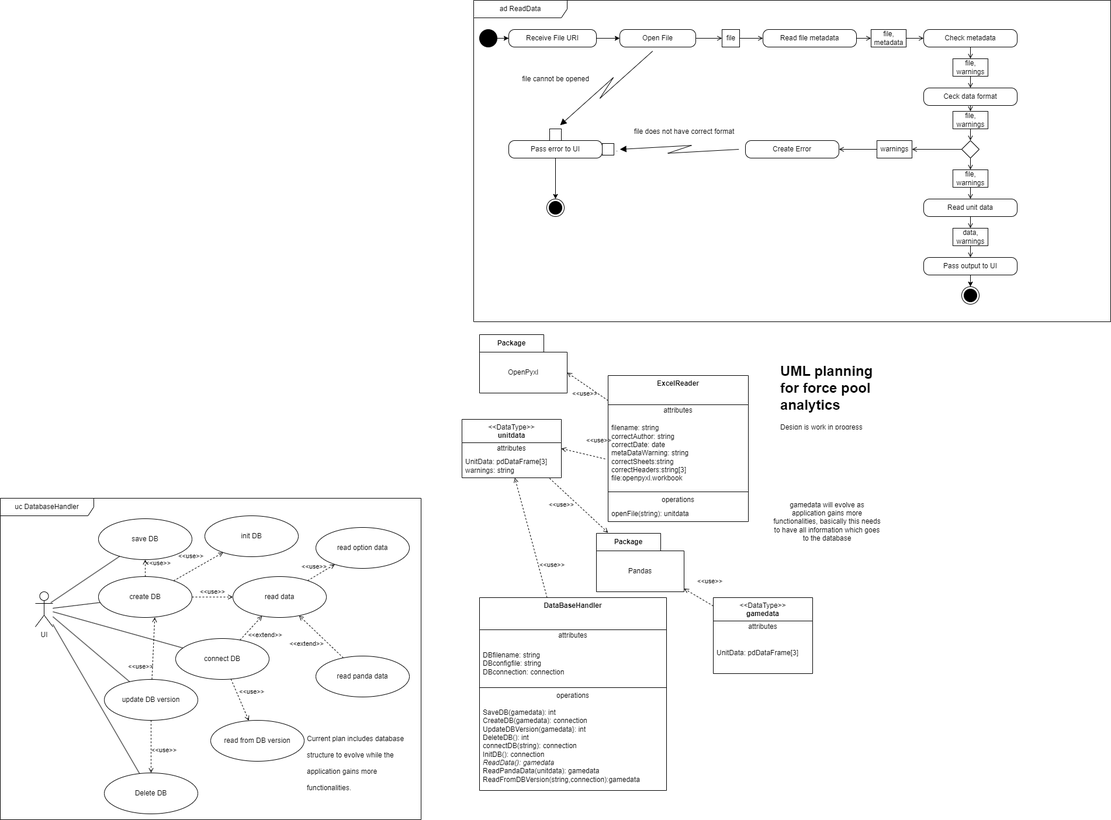
Before: design_documentation/forcepoolanalysis.drawio.png, a diagram exported from draw.io (teakfi/wif_helper). Source tidied: cells renumbered, new cells last; positions are measured from the earlier drawing's top-left corner, leaving out a move shared by most shapes.
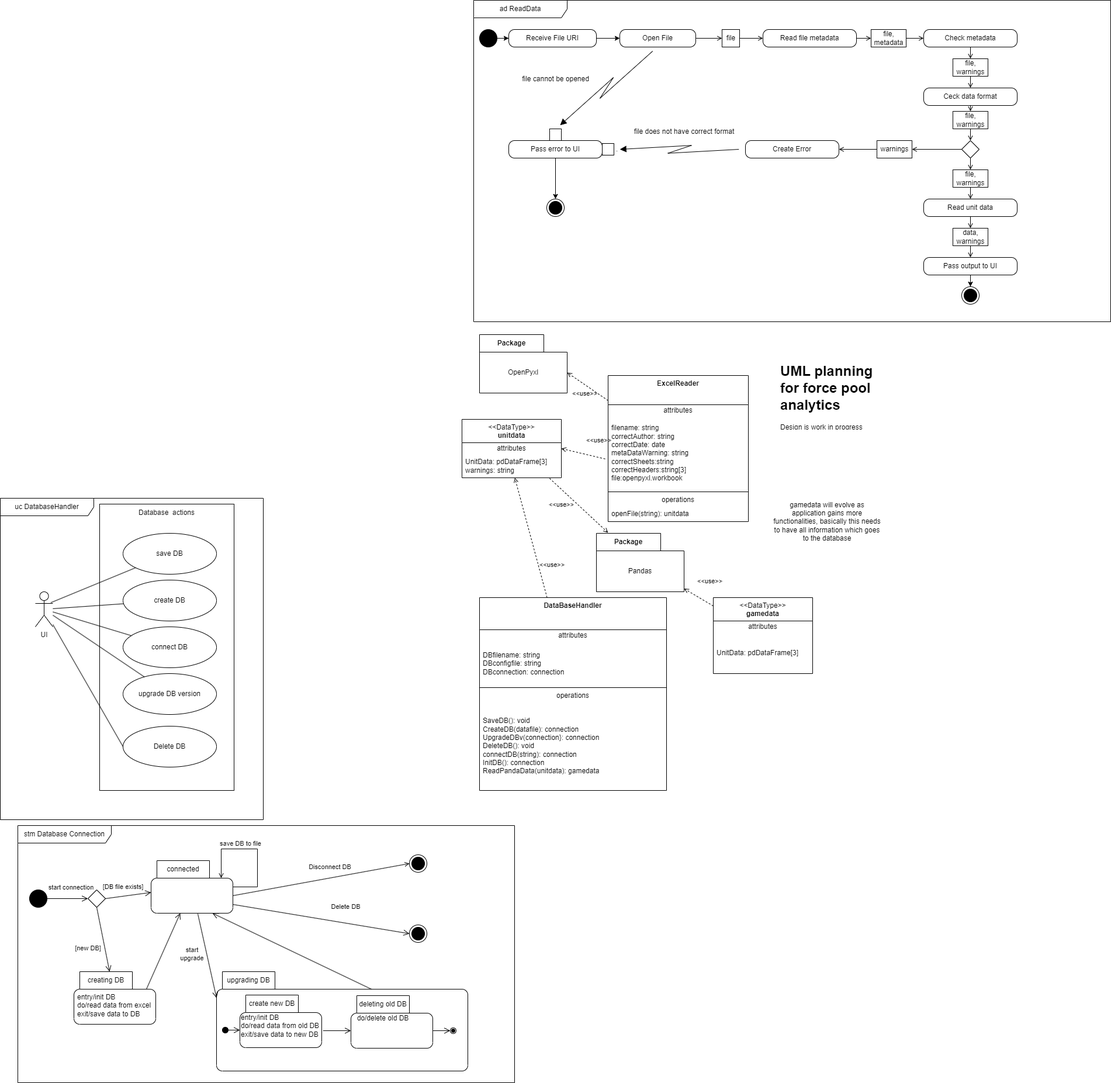
Later version of the same file.

Commit message:
database connection state machine

some other changes also done to the UML

Change to the diagram source:
```diff
@@ -199,62 +199,29 @@
       <mxGeometry x="-0.18" y="20" relative="1" as="geometry" />
     </mxCell>
     <mxCell id="66" value="uc DatabaseHandler" style="shape=umlFrame;whiteSpace=wrap;html=1;width=160;" parent="1" vertex="1">
-      <mxGeometry y="852" width="720" height="550" as="geometry" />
+      <mxGeometry y="852" width="450" height="550" as="geometry" />
     </mxCell>
+    <mxCell id="106" style="rounded=0;whiteSpace=wrap;html=1;" parent="66" vertex="1">
+      <mxGeometry x="170" y="10" width="230" height="490" as="geometry" />
+    </mxCell>
     <mxCell id="67" value="UI" style="shape=umlActor;verticalLabelPosition=bottom;verticalAlign=top;html=1;" parent="66" vertex="1">
       <mxGeometry x="60" y="160" width="30" height="60" as="geometry" />
     </mxCell>
     <mxCell id="68" value="save DB" style="ellipse;html=1;whiteSpace=wrap;" parent="66" vertex="1">
-      <mxGeometry x="168" y="35" width="160" height="70" as="geometry" />
+      <mxGeometry x="210" y="60" width="160" height="70" as="geometry" />
     </mxCell>
     <mxCell id="69" value="create DB" style="ellipse;html=1;whiteSpace=wrap;" parent="66" vertex="1">
-      <mxGeometry x="168" y="134" width="160" height="70" as="geometry" />
+      <mxGeometry x="210" y="140" width="160" height="70" as="geometry" />
     </mxCell>
-    <mxCell id="70" value="init DB" style="ellipse;html=1;whiteSpace=wrap;" parent="66" vertex="1">
-      <mxGeometry x="350" y="30" width="160" height="70" as="geometry" />
-    </mxCell>
     <mxCell id="71" value="connect DB" style="ellipse;html=1;whiteSpace=wrap;" parent="66" vertex="1">
-      <mxGeometry x="300" y="240" width="160" height="70" as="geometry" />
+      <mxGeometry x="210" y="220" width="160" height="70" as="geometry" />
     </mxCell>
-    <mxCell id="72" value="update DB version" style="ellipse;html=1;whiteSpace=wrap;" parent="66" vertex="1">
-      <mxGeometry x="178" y="310" width="160" height="70" as="geometry" />
+    <mxCell id="72" value="upgrade DB version" style="ellipse;html=1;whiteSpace=wrap;" parent="66" vertex="1">
+      <mxGeometry x="210" y="300" width="160" height="70" as="geometry" />
     </mxCell>
     <mxCell id="73" value="Delete DB" style="ellipse;html=1;whiteSpace=wrap;" parent="66" vertex="1">
-      <mxGeometry x="178" y="470" width="160" height="70" as="geometry" />
+      <mxGeometry x="210" y="390" width="160" height="70" as="geometry" />
     </mxCell>
-    <mxCell id="74" value="read data" style="ellipse;html=1;whiteSpace=wrap;" parent="66" vertex="1">
-      <mxGeometry x="398" y="134" width="160" height="70" as="geometry" />
-    </mxCell>
-    <mxCell id="75" value="read panda data" style="ellipse;html=1;whiteSpace=wrap;" parent="66" vertex="1">
-      <mxGeometry x="540" y="270" width="160" height="70" as="geometry" />
-    </mxCell>
-    <mxCell id="76" value="read from DB version" style="ellipse;html=1;whiteSpace=wrap;" parent="66" vertex="1">
-      <mxGeometry x="360" y="380" width="160" height="70" as="geometry" />
-    </mxCell>
-    <mxCell id="77" value="&amp;lt;&amp;lt;extend&amp;gt;&amp;gt;" style="html=1;verticalAlign=bottom;labelBackgroundColor=none;endArrow=open;endFill=0;dashed=1;rounded=0;" parent="66" edge="1" source="75" target="74">
-      <mxGeometry x="0.07" y="33" relative="1" as="geometry" />
-    </mxCell>
-    <mxCell id="78" value="&amp;lt;&amp;lt;extend&amp;gt;&amp;gt;" style="html=1;verticalAlign=bottom;labelBackgroundColor=none;endArrow=open;endFill=0;dashed=1;rounded=0;" parent="66" edge="1" source="71" target="74">
-      <mxGeometry x="0.03" y="-32" relative="1" as="geometry" />
-    </mxCell>
-    <mxCell id="79" value="&amp;lt;&amp;lt;use&amp;gt;&amp;gt;" style="html=1;verticalAlign=bottom;labelBackgroundColor=none;endArrow=open;endFill=0;dashed=1;rounded=0;" parent="66" edge="1" source="69" target="70">
-      <mxGeometry x="-0.13" y="14" relative="1" as="geometry" />
-    </mxCell>
-    <mxCell id="80" value="&amp;lt;&amp;lt;use&amp;gt;&amp;gt;" style="html=1;verticalAlign=bottom;labelBackgroundColor=none;endArrow=open;endFill=0;dashed=1;rounded=0;" parent="66" edge="1" source="69" target="68">
-      <mxGeometry x="-0.03" y="-22" relative="1" as="geometry" />
-    </mxCell>
-    <mxCell id="81" value="&amp;lt;&amp;lt;use&amp;gt;&amp;gt;" style="html=1;verticalAlign=bottom;labelBackgroundColor=none;endArrow=open;endFill=0;dashed=1;rounded=0;" parent="66" edge="1" source="69" target="74">
-      <mxGeometry relative="1" as="geometry" />
-    </mxCell>
-    <mxCell id="82" value="&amp;lt;&amp;lt;use&amp;gt;&amp;gt;" style="html=1;verticalAlign=bottom;labelBackgroundColor=none;endArrow=open;endFill=0;dashed=1;rounded=0;entryX=0.602;entryY=0.996;entryDx=0;entryDy=0;entryPerimeter=0;" parent="66" edge="1" source="72" target="69">
-      <mxGeometry x="-0.77" y="20" relative="1" as="geometry" />
-    </mxCell>
-    <mxCell id="83" value="&amp;lt;&amp;lt;use&amp;gt;&amp;gt;" style="html=1;verticalAlign=bottom;labelBackgroundColor=none;endArrow=open;endFill=0;dashed=1;rounded=0;" parent="66" edge="1" source="72" target="73">
-      <mxGeometry x="0.33" y="22" relative="1" as="geometry" />
-    </mxCell>
-    <mxCell id="84" value="&amp;lt;&amp;lt;use&amp;gt;&amp;gt;" style="html=1;verticalAlign=bottom;labelBackgroundColor=none;endArrow=open;endFill=0;dashed=1;rounded=0;" parent="66" edge="1" source="71" target="76">
-      <mxGeometry x="0.08" y="20" relative="1" as="geometry" />
-    </mxCell>
     <mxCell id="85" style="endArrow=none;html=1;rounded=0;exitX=0.886;exitY=0.31;exitDx=0;exitDy=0;exitPerimeter=0;" parent="66" edge="1" source="67" target="68">
       <mxGeometry relative="1" as="geometry" />
     </mxCell>
@@ -267,18 +234,12 @@
     <mxCell id="88" style="endArrow=none;html=1;rounded=0;" parent="66" edge="1" source="67" target="72">
       <mxGeometry relative="1" as="geometry" />
     </mxCell>
-    <mxCell id="89" style="endArrow=none;html=1;rounded=0;" parent="66" edge="1" source="67" target="73">
+    <mxCell id="89" style="endArrow=none;html=1;rounded=0;entryX=0;entryY=0.5;entryDx=0;entryDy=0;" parent="66" edge="1" source="67" target="73">
       <mxGeometry relative="1" as="geometry" />
     </mxCell>
-    <mxCell id="90" value="&lt;h1 style=&quot;line-height: 100%;&quot;&gt;&lt;span style=&quot;font-size: 12px; font-weight: 400;&quot;&gt;Current plan includes database structure to evolve while the application gains more functionalities.&lt;/span&gt;&lt;/h1&gt;" style="text;html=1;strokeColor=none;fillColor=none;spacing=5;spacingTop=-20;whiteSpace=wrap;overflow=hidden;rounded=0;" parent="66" vertex="1">
-      <mxGeometry x="520" y="390" width="190" height="120" as="geometry" />
-    </mxCell>
-    <mxCell id="91" value="read option data" style="ellipse;html=1;whiteSpace=wrap;" parent="66" vertex="1">
-      <mxGeometry x="540" y="50" width="160" height="70" as="geometry" />
-    </mxCell>
-    <mxCell id="92" value="&amp;lt;&amp;lt;use&amp;gt;&amp;gt;" style="html=1;verticalAlign=bottom;labelBackgroundColor=none;endArrow=open;endFill=0;dashed=1;rounded=0;" parent="66" edge="1" source="74" target="91">
-      <mxGeometry x="-0.36" y="7" relative="1" as="geometry" />
-    </mxCell>
+    <mxCell id="107" value="Database&amp;nbsp; actions" style="text;html=1;strokeColor=none;fillColor=none;align=center;verticalAlign=middle;whiteSpace=wrap;rounded=0;" parent="66" vertex="1">
+      <mxGeometry x="180" y="10" width="210" height="30" as="geometry" />
+    </mxCell>
     <mxCell id="93" value="&lt;b&gt;DataBaseHandler&lt;/b&gt;" style="swimlane;fontStyle=0;align=center;verticalAlign=top;horizontal=1;startSize=55;html=1;whiteSpace=wrap;" parent="1" vertex="1">
       <mxGeometry x="820" y="1022" width="320" height="330" as="geometry" />
     </mxCell>
@@ -294,7 +255,7 @@
     <mxCell id="97" value="operations" style="text;html=1;strokeColor=none;fillColor=none;align=center;verticalAlign=middle;spacingLeft=4;spacingRight=4;overflow=hidden;whiteSpace=wrap;" parent="93" vertex="1">
       <mxGeometry y="158" width="320" height="20" as="geometry" />
     </mxCell>
-    <mxCell id="98" value="SaveDB(gamedata): int&lt;br&gt;CreateDB(gamedata): connection&lt;br&gt;UpdateDBVersion(gamedata}: int&lt;br&gt;DeleteDB(): int&lt;br&gt;connectDB(string): connection&lt;br&gt;InitDB(): connection&lt;br&gt;&lt;i&gt;ReadData(): gamedata&lt;br&gt;&lt;/i&gt;ReadPandaData(unitdata): gamedata&lt;br&gt;ReadFromDBVersion(string,connection):gamedata" style="text;html=1;strokeColor=none;fillColor=none;align=left;verticalAlign=middle;spacingLeft=4;spacingRight=4;overflow=hidden;whiteSpace=wrap;" parent="93" vertex="1">
+    <mxCell id="98" value="SaveDB(): void&lt;br&gt;CreateDB(datafile): connection&lt;br&gt;UpgradeDBv(connection}: connection&lt;br&gt;DeleteDB(): void&lt;br&gt;connectDB(string): connection&lt;br&gt;InitDB(): connection&lt;br&gt;ReadPandaData(unitdata): gamedata&lt;br&gt;" style="text;html=1;strokeColor=none;fillColor=none;align=left;verticalAlign=middle;spacingLeft=4;spacingRight=4;overflow=hidden;whiteSpace=wrap;" parent="93" vertex="1">
       <mxGeometry y="178" width="320" height="152" as="geometry" />
     </mxCell>
     <mxCell id="99" value="&amp;lt;&amp;lt;use&amp;gt;&amp;gt;" style="endArrow=open;html=1;rounded=0;align=center;verticalAlign=bottom;dashed=1;endFill=0;labelBackgroundColor=none;" parent="1" edge="1" source="93" target="15">
@@ -318,5 +279,129 @@
     <mxCell id="105" value="gamedata will evolve as application gains more functionalities, basically this needs to have all information which goes to the database" style="text;html=1;strokeColor=none;fillColor=none;align=center;verticalAlign=middle;whiteSpace=wrap;rounded=0;" parent="1" vertex="1">
       <mxGeometry x="1320" y="792" width="190" height="200" as="geometry" />
     </mxCell>
+    <mxCell id="108" value="stm Database Connection" style="shape=umlFrame;whiteSpace=wrap;html=1;width=160;" parent="1" vertex="1">
+      <mxGeometry x="30" y="1412" width="850" height="440" as="geometry" />
+    </mxCell>
+    <mxCell id="109" style="ellipse;fillColor=strokeColor;html=1;" parent="108" vertex="1">
+      <mxGeometry x="20" y="110" width="30" height="30" as="geometry" />
+    </mxCell>
+    <mxCell id="110" value="connected" style="shape=folder;align=center;verticalAlign=middle;fontStyle=0;tabWidth=100;tabHeight=30;tabPosition=left;html=1;boundedLbl=1;labelInHeader=1;rounded=1;absoluteArcSize=1;arcSize=10;whiteSpace=wrap;" parent="108" vertex="1">
+      <mxGeometry x="228" y="60" width="140" height="90" as="geometry" />
+    </mxCell>
+    <mxCell id="111" value="creating DB" style="shape=folder;align=center;verticalAlign=middle;fontStyle=0;tabWidth=100;tabHeight=30;tabPosition=left;html=1;boundedLbl=1;labelInHeader=1;rounded=1;absoluteArcSize=1;arcSize=10;whiteSpace=wrap;" parent="108" vertex="1">
+      <mxGeometry x="96" y="250" width="140" height="90" as="geometry" />
+    </mxCell>
+    <mxCell id="112" style="ellipse;html=1;shape=endState;fillColor=strokeColor;" parent="108" vertex="1">
+      <mxGeometry x="670" y="170" width="30" height="30" as="geometry" />
+    </mxCell>
+    <mxCell id="113" value="upgrading DB" style="shape=folder;align=center;verticalAlign=middle;fontStyle=0;tabWidth=100;tabHeight=30;tabPosition=left;html=1;boundedLbl=1;labelInHeader=1;rounded=1;absoluteArcSize=1;arcSize=10;whiteSpace=wrap;" parent="108" vertex="1">
+      <mxGeometry x="340" y="250" width="430" height="170" as="geometry" />
+    </mxCell>
+    <mxCell id="114" style="ellipse;html=1;shape=endState;fillColor=strokeColor;" parent="108" vertex="1">
+      <mxGeometry x="670" y="50" width="30" height="30" as="geometry" />
+    </mxCell>
+    <mxCell id="115" style="html=1;verticalAlign=bottom;labelBackgroundColor=none;endArrow=open;endFill=0;rounded=0;entryX=0;entryY=0.5;entryDx=0;entryDy=0;exitX=0;exitY=0;exitDx=140;exitDy=60;exitPerimeter=0;" parent="108" edge="1" source="110" target="114">
+      <mxGeometry relative="1" as="geometry" />
+    </mxCell>
+    <mxCell id="116" value="Disconnect DB" style="edgeLabel;html=1;align=center;verticalAlign=middle;" parent="115" vertex="1">
+      <mxGeometry x="-0.03" y="-3" relative="1" as="geometry">
+        <mxPoint x="19" y="-26" as="offset" />
+      </mxGeometry>
+    </mxCell>
+    <mxCell id="117" style="rhombus;" parent="108" vertex="1">
+      <mxGeometry x="120" y="110" width="30" height="30" as="geometry" />
+    </mxCell>
+    <mxCell id="118" style="endArrow=open;startArrow=none;endFill=0;startFill=0;endSize=8;html=1;verticalAlign=bottom;labelBackgroundColor=none;strokeWidth=1;rounded=0;entryX=0;entryY=0.5;entryDx=0;entryDy=0;exitX=0;exitY=0;exitDx=140;exitDy=75;exitPerimeter=0;" parent="108" edge="1" source="110" target="112">
+      <mxGeometry relative="1" as="geometry" />
+    </mxCell>
+    <mxCell id="119" value="Delete DB" style="edgeLabel;html=1;align=center;verticalAlign=middle;" parent="118" vertex="1">
+      <mxGeometry x="-0.18" y="1" relative="1" as="geometry">
+        <mxPoint x="69" y="-16" as="offset" />
+      </mxGeometry>
+    </mxCell>
+    <mxCell id="120" style="endArrow=open;startArrow=none;endFill=0;startFill=0;endSize=8;html=1;verticalAlign=bottom;labelBackgroundColor=none;strokeWidth=1;rounded=0;exitX=1;exitY=0.5;exitDx=0;exitDy=0;entryX=0;entryY=0.5;entryDx=0;entryDy=0;" parent="108" edge="1" source="109" target="117">
+      <mxGeometry relative="1" as="geometry" />
+    </mxCell>
+    <mxCell id="121" value="start connection" style="edgeLabel;html=1;align=center;verticalAlign=middle;" parent="120" vertex="1">
+      <mxGeometry x="-0.2" y="3" relative="1" as="geometry">
+        <mxPoint x="12" y="-17" as="offset" />
+      </mxGeometry>
+    </mxCell>
+    <mxCell id="122" style="endArrow=open;startArrow=none;endFill=0;startFill=0;endSize=8;html=1;verticalAlign=bottom;labelBackgroundColor=none;strokeWidth=1;rounded=0;exitX=1;exitY=0.5;exitDx=0;exitDy=0;" parent="108" edge="1" source="117" target="110">
+      <mxGeometry relative="1" as="geometry" />
+    </mxCell>
+    <mxCell id="123" value="[DB file exists]" style="edgeLabel;html=1;align=center;verticalAlign=middle;" parent="122" vertex="1">
+      <mxGeometry x="-0.23" y="-1" relative="1" as="geometry">
+        <mxPoint y="-17" as="offset" />
+      </mxGeometry>
+    </mxCell>
+    <mxCell id="124" style="endArrow=open;startArrow=none;endFill=0;startFill=0;endSize=8;html=1;verticalAlign=bottom;labelBackgroundColor=none;strokeWidth=1;rounded=0;exitX=0.5;exitY=1;exitDx=0;exitDy=0;" parent="108" edge="1" source="117" target="111">
+      <mxGeometry relative="1" as="geometry" />
+    </mxCell>
+    <mxCell id="125" value="[new DB]" style="edgeLabel;html=1;align=center;verticalAlign=middle;" parent="124" vertex="1">
+      <mxGeometry x="-0.1" y="2" relative="1" as="geometry">
+        <mxPoint x="-27" y="21" as="offset" />
+      </mxGeometry>
+    </mxCell>
+    <mxCell id="126" style="endArrow=open;startArrow=none;endFill=0;startFill=0;endSize=8;html=1;verticalAlign=bottom;labelBackgroundColor=none;strokeWidth=1;rounded=0;" parent="108" edge="1" target="110">
+      <mxGeometry relative="1" as="geometry">
+        <mxPoint x="220" y="280" as="sourcePoint" />
+      </mxGeometry>
+    </mxCell>
+    <mxCell id="127" style="endArrow=open;startArrow=none;endFill=0;startFill=0;endSize=8;html=1;verticalAlign=bottom;labelBackgroundColor=none;strokeWidth=1;rounded=0;exitX=0.571;exitY=1.011;exitDx=0;exitDy=0;exitPerimeter=0;entryX=0;entryY=0;entryDx=0;entryDy=45;entryPerimeter=0;" parent="108" edge="1" source="110" target="113">
+      <mxGeometry relative="1" as="geometry" />
+    </mxCell>
+    <mxCell id="128" value="start &lt;br&gt;upgrade" style="edgeLabel;html=1;align=center;verticalAlign=middle;" parent="127" vertex="1">
+      <mxGeometry x="-0.13" y="-1" relative="1" as="geometry">
+        <mxPoint x="-23" y="6" as="offset" />
+      </mxGeometry>
+    </mxCell>
+    <mxCell id="129" style="endArrow=open;startArrow=none;endFill=0;startFill=0;endSize=8;html=1;verticalAlign=bottom;labelBackgroundColor=none;strokeWidth=1;rounded=0;entryX=0.75;entryY=1;entryDx=0;entryDy=0;entryPerimeter=0;exitX=0;exitY=0;exitDx=265;exitDy=30;exitPerimeter=0;" parent="108" edge="1" source="113" target="110">
+      <mxGeometry relative="1" as="geometry" />
+    </mxCell>
+    <mxCell id="130" value="entry/init DB&lt;br&gt;do/read data from excel&lt;br&gt;exit/save data to DB" style="text;html=1;strokeColor=none;fillColor=none;align=left;verticalAlign=top;whiteSpace=wrap;rounded=0;" parent="108" vertex="1">
+      <mxGeometry x="100" y="280" width="140" height="60" as="geometry" />
+    </mxCell>
+    <mxCell id="131" value="create new DB" style="shape=folder;align=center;verticalAlign=middle;fontStyle=0;tabWidth=100;tabHeight=30;tabPosition=left;html=1;boundedLbl=1;labelInHeader=1;rounded=1;absoluteArcSize=1;arcSize=10;whiteSpace=wrap;" parent="108" vertex="1">
+      <mxGeometry x="380" y="290" width="140" height="90" as="geometry" />
+    </mxCell>
+    <mxCell id="132" style="ellipse;fillColor=strokeColor;html=1;" parent="108" vertex="1">
+      <mxGeometry x="350" y="345" width="10" height="10" as="geometry" />
+    </mxCell>
+    <mxCell id="133" style="endArrow=open;startArrow=none;endFill=0;startFill=0;endSize=8;html=1;verticalAlign=bottom;labelBackgroundColor=none;strokeWidth=1;rounded=0;entryX=0;entryY=0;entryDx=0;entryDy=60;entryPerimeter=0;" parent="108" edge="1" source="132" target="131">
+      <mxGeometry relative="1" as="geometry" />
+    </mxCell>
+    <mxCell id="134" value="entry/init DB&lt;br&gt;do/read data from old DB&lt;br&gt;exit/save data to new DB" style="text;html=1;strokeColor=none;fillColor=none;align=left;verticalAlign=top;whiteSpace=wrap;rounded=0;" parent="108" vertex="1">
+      <mxGeometry x="380" y="315" width="140" height="65" as="geometry" />
+    </mxCell>
+    <mxCell id="135" value="deleting old DB" style="shape=folder;align=center;verticalAlign=middle;fontStyle=0;tabWidth=100;tabHeight=30;tabPosition=left;html=1;boundedLbl=1;labelInHeader=1;rounded=1;absoluteArcSize=1;arcSize=10;whiteSpace=wrap;" parent="108" vertex="1">
+      <mxGeometry x="570" y="291" width="140" height="90" as="geometry" />
+    </mxCell>
+    <mxCell id="136" value="do/delete old DB" style="text;html=1;strokeColor=none;fillColor=none;align=center;verticalAlign=middle;whiteSpace=wrap;rounded=0;" parent="108" vertex="1">
+      <mxGeometry x="570" y="315" width="110" height="30" as="geometry" />
+    </mxCell>
+    <mxCell id="137" style="edgeStyle=orthogonalEdgeStyle;rounded=0;orthogonalLoop=1;jettySize=auto;html=1;exitX=0;exitY=0;exitDx=140;exitDy=45;exitPerimeter=0;entryX=0;entryY=0;entryDx=120;entryDy=30;entryPerimeter=0;endArrow=open;endFill=0;" parent="108" edge="1" source="110" target="110">
+      <mxGeometry relative="1" as="geometry">
+        <Array as="points">
+          <mxPoint x="410" y="105" />
+          <mxPoint x="410" y="40" />
+          <mxPoint x="348" y="40" />
+        </Array>
+      </mxGeometry>
+    </mxCell>
+    <mxCell id="138" value="save DB to file" style="edgeLabel;html=1;align=center;verticalAlign=middle;" parent="137" vertex="1">
+      <mxGeometry x="0.37" relative="1" as="geometry">
+        <mxPoint x="13" y="-10" as="offset" />
+      </mxGeometry>
+    </mxCell>
+    <mxCell id="139" style="endArrow=open;startArrow=none;endFill=0;startFill=0;endSize=8;html=1;verticalAlign=bottom;labelBackgroundColor=none;strokeWidth=1;rounded=0;exitX=1.017;exitY=0.554;exitDx=0;exitDy=0;entryX=0;entryY=0;entryDx=0;entryDy=60;entryPerimeter=0;exitPerimeter=0;" parent="108" edge="1" source="134" target="135">
+      <mxGeometry relative="1" as="geometry" />
+    </mxCell>
+    <mxCell id="140" style="ellipse;html=1;shape=endState;fillColor=strokeColor;" parent="108" vertex="1">
+      <mxGeometry x="740" y="346" width="10" height="10" as="geometry" />
+    </mxCell>
+    <mxCell id="141" style="endArrow=open;startArrow=none;endFill=0;startFill=0;endSize=8;html=1;verticalAlign=bottom;labelBackgroundColor=none;strokeWidth=1;rounded=0;exitX=0;exitY=0;exitDx=140;exitDy=60;exitPerimeter=0;entryX=0;entryY=0.5;entryDx=0;entryDy=0;" parent="108" edge="1" source="135" target="140">
+      <mxGeometry relative="1" as="geometry" />
+    </mxCell>
   </root>
 </mxGraphModel>
```
